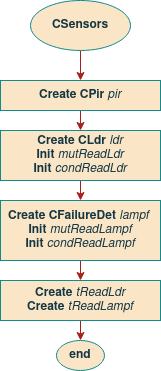
Before: report/images/09sw_specification/LS/csensors/constructor.png, a diagram exported from draw.io (ESRGgroup9/slipad). Source tidied: cells renumbered, new cells last; positions are measured from the earlier drawing's top-left corner, leaving out a move shared by most shapes.
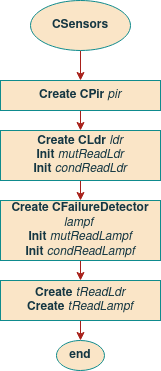
Above is the later version.

What changed in the source:
```diff
@@ -11,7 +11,7 @@
     <mxCell id="4" style="edgeStyle=orthogonalEdgeStyle;curved=0;rounded=1;sketch=0;jettySize=auto;html=1;exitX=0.5;exitY=1;exitDx=0;exitDy=0;entryX=0.5;entryY=0;entryDx=0;entryDy=0;fontSize=10;fontColor=#143642;strokeColor=#A8201A;fillColor=#FAE5C7;" parent="1" edge="1" source="5" target="12">
       <mxGeometry relative="1" as="geometry" />
     </mxCell>
-    <mxCell id="5" value="&lt;div&gt;&lt;b&gt;Create CFailureDet &lt;/b&gt;&lt;i&gt;lampf&lt;/i&gt;&lt;b&gt;&amp;nbsp;&lt;/b&gt;&lt;/div&gt;&lt;div&gt;&lt;div&gt;&lt;b&gt;Init &lt;/b&gt;&lt;i&gt;mutReadLampf&lt;/i&gt;&lt;b&gt;&lt;br&gt;&lt;/b&gt;&lt;/div&gt;&lt;div&gt;&lt;b&gt;Init&lt;/b&gt;  &lt;i&gt;condReadL&lt;/i&gt;&lt;i&gt;ampf&lt;/i&gt;&lt;/div&gt;&lt;/div&gt;" style="rounded=0;whiteSpace=wrap;html=1;sketch=0;fontColor=#143642;strokeColor=#0F8B8D;fillColor=#FAE5C7;fontFamily=Helvetica;align=center;" parent="1" vertex="1">
+    <mxCell id="5" value="&lt;div&gt;&lt;b&gt;Create CFailureDetector &lt;/b&gt;&lt;i&gt;lampf&lt;/i&gt;&lt;b&gt;&amp;nbsp;&lt;/b&gt;&lt;/div&gt;&lt;div&gt;&lt;div&gt;&lt;b&gt;Init &lt;/b&gt;&lt;i&gt;mutReadLampf&lt;/i&gt;&lt;b&gt;&lt;br&gt;&lt;/b&gt;&lt;/div&gt;&lt;div&gt;&lt;b&gt;Init&lt;/b&gt;  &lt;i&gt;condReadL&lt;/i&gt;&lt;i&gt;ampf&lt;/i&gt;&lt;/div&gt;&lt;/div&gt;" style="rounded=0;whiteSpace=wrap;html=1;sketch=0;fontColor=#143642;strokeColor=#0F8B8D;fillColor=#FAE5C7;fontFamily=Helvetica;align=center;" parent="1" vertex="1">
       <mxGeometry y="200" width="160" height="60" as="geometry" />
     </mxCell>
     <mxCell id="6" style="edgeStyle=orthogonalEdgeStyle;rounded=0;jettySize=auto;html=1;exitX=0.5;exitY=1;exitDx=0;exitDy=0;entryX=0.5;entryY=0;entryDx=0;entryDy=0;strokeColor=#A8201A;" parent="1" edge="1" source="7" target="9">
```
